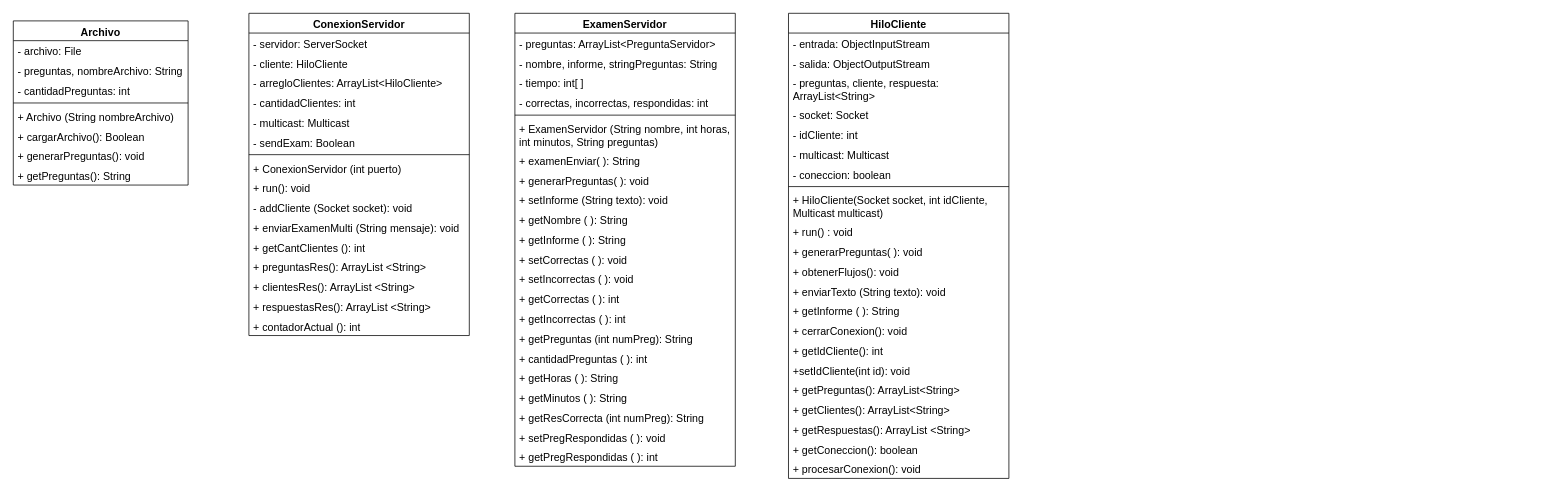
Before: Dragrama de Clases.drawio in AngieJoya99/Miniproyecto3Eventos, a draw.io diagram. Source tidied: cells renumbered, new cells numbered last; positions are measured from the earlier drawing's top-left corner, leaving out a move shared by most shapes. Both pictures are drawn from the tidied source at 76%, with x=0, y=0 at pixel (13, 13).
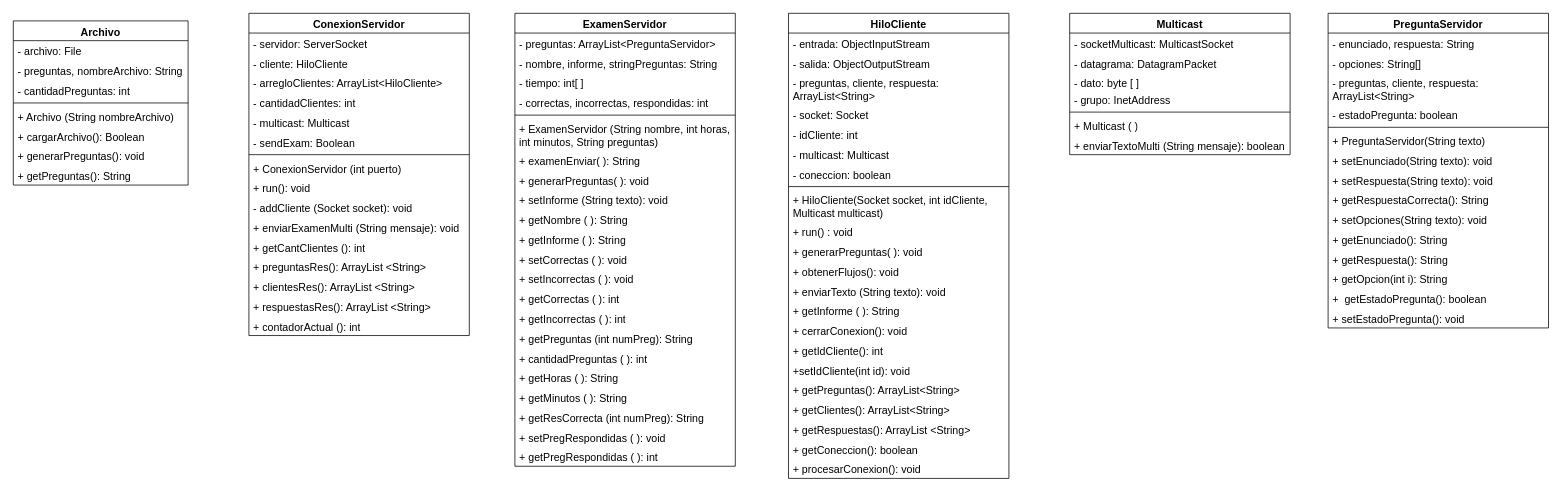
The same page after the edit.

Change to the diagram source:
```diff
@@
+    <mxCell id="74" value="Multicast" style="swimlane;fontStyle=1;align=center;verticalAlign=top;horizontal=1;startSize=26;whiteSpace=wrap;html=1;fontSize=14;" parent="1" vertex="1">
+      <mxGeometry x="1390" width="290" height="186" as="geometry" />
+    </mxCell>
+    <mxCell id="75" value="- socketMulticast: MulticastSocket" style="text;strokeColor=none;fillColor=none;align=left;verticalAlign=top;spacingLeft=4;spacingRight=4;overflow=hidden;whiteSpace=wrap;html=1;fontSize=14;" parent="74" vertex="1">
+      <mxGeometry y="26" width="290" height="26" as="geometry" />
+    </mxCell>
+    <mxCell id="76" value="- datagrama: DatagramPacket" style="text;strokeColor=none;fillColor=none;align=left;verticalAlign=top;spacingLeft=4;spacingRight=4;overflow=hidden;whiteSpace=wrap;html=1;fontSize=14;" parent="74" vertex="1">
+      <mxGeometry y="52" width="290" height="26" as="geometry" />
+    </mxCell>
+    <mxCell id="77" value="- dato: byte [ ]" style="text;strokeColor=none;fillColor=none;align=left;verticalAlign=top;spacingLeft=4;spacingRight=4;overflow=hidden;whiteSpace=wrap;html=1;fontSize=14;" parent="74" vertex="1">
+      <mxGeometry y="78" width="290" height="22" as="geometry" />
+    </mxCell>
+    <mxCell id="78" value="- grupo: InetAddress" style="text;strokeColor=none;fillColor=none;align=left;verticalAlign=top;spacingLeft=4;spacingRight=4;overflow=hidden;whiteSpace=wrap;html=1;fontSize=14;" parent="74" vertex="1">
+      <mxGeometry y="100" width="290" height="26" as="geometry" />
+    </mxCell>
+    <mxCell id="79" style="line;strokeWidth=1;fillColor=none;align=left;verticalAlign=middle;spacingTop=-1;spacingLeft=3;spacingRight=3;labelPosition=right;strokeColor=inherit;fontSize=14;" parent="74" vertex="1">
+      <mxGeometry y="126" width="290" height="8" as="geometry" />
+    </mxCell>
+    <mxCell id="80" value="+ Multicast ( )" style="text;strokeColor=none;fillColor=none;align=left;verticalAlign=top;spacingLeft=4;spacingRight=4;overflow=hidden;whiteSpace=wrap;html=1;fontSize=14;" parent="74" vertex="1">
+      <mxGeometry y="134" width="290" height="26" as="geometry" />
+    </mxCell>
+    <mxCell id="81" value="+ enviarTextoMulti (String mensaje): boolean" style="text;strokeColor=none;fillColor=none;align=left;verticalAlign=top;spacingLeft=4;spacingRight=4;overflow=hidden;whiteSpace=wrap;html=1;fontSize=14;" parent="74" vertex="1">
+      <mxGeometry y="160" width="290" height="26" as="geometry" />
+    </mxCell>
+    <mxCell id="82" value="PreguntaServidor" style="swimlane;fontStyle=1;align=center;verticalAlign=top;horizontal=1;startSize=26;whiteSpace=wrap;html=1;fontSize=14;" parent="1" vertex="1">
+      <mxGeometry x="1730" width="290" height="414" as="geometry" />
+    </mxCell>
+    <mxCell id="83" value="- enunciado, respuesta: String" style="text;strokeColor=none;fillColor=none;align=left;verticalAlign=top;spacingLeft=4;spacingRight=4;overflow=hidden;whiteSpace=wrap;html=1;fontSize=14;" parent="82" vertex="1">
+      <mxGeometry y="26" width="290" height="26" as="geometry" />
+    </mxCell>
+    <mxCell id="84" value="- opciones: String[]" style="text;strokeColor=none;fillColor=none;align=left;verticalAlign=top;spacingLeft=4;spacingRight=4;overflow=hidden;whiteSpace=wrap;html=1;fontSize=14;" parent="82" vertex="1">
+      <mxGeometry y="52" width="290" height="26" as="geometry" />
+    </mxCell>
+    <mxCell id="85" value="- preguntas, cliente, respuesta: ArrayList&amp;lt;String&amp;gt;" style="text;strokeColor=none;fillColor=none;align=left;verticalAlign=top;spacingLeft=4;spacingRight=4;overflow=hidden;whiteSpace=wrap;html=1;fontSize=14;" parent="82" vertex="1">
+      <mxGeometry y="78" width="290" height="42" as="geometry" />
+    </mxCell>
+    <mxCell id="86" value="- estadoPregunta: boolean" style="text;strokeColor=none;fillColor=none;align=left;verticalAlign=top;spacingLeft=4;spacingRight=4;overflow=hidden;whiteSpace=wrap;html=1;fontSize=14;" parent="82" vertex="1">
+      <mxGeometry y="120" width="290" height="26" as="geometry" />
+    </mxCell>
+    <mxCell id="87" style="line;strokeWidth=1;fillColor=none;align=left;verticalAlign=middle;spacingTop=-1;spacingLeft=3;spacingRight=3;labelPosition=right;strokeColor=inherit;fontSize=14;" parent="82" vertex="1">
+      <mxGeometry y="146" width="290" height="8" as="geometry" />
+    </mxCell>
+    <mxCell id="88" value="+ PreguntaServidor(String texto)" style="text;strokeColor=none;fillColor=none;align=left;verticalAlign=top;spacingLeft=4;spacingRight=4;overflow=hidden;whiteSpace=wrap;html=1;fontSize=14;" parent="82" vertex="1">
+      <mxGeometry y="154" width="290" height="26" as="geometry" />
+    </mxCell>
+    <mxCell id="89" value="+ setEnunciado(String texto): void" style="text;strokeColor=none;fillColor=none;align=left;verticalAlign=top;spacingLeft=4;spacingRight=4;overflow=hidden;whiteSpace=wrap;html=1;fontSize=14;" parent="82" vertex="1">
+      <mxGeometry y="180" width="290" height="26" as="geometry" />
+    </mxCell>
+    <mxCell id="90" value="+ setRespuesta(String texto): void" style="text;strokeColor=none;fillColor=none;align=left;verticalAlign=top;spacingLeft=4;spacingRight=4;overflow=hidden;whiteSpace=wrap;html=1;fontSize=14;" parent="82" vertex="1">
+      <mxGeometry y="206" width="290" height="26" as="geometry" />
+    </mxCell>
+    <mxCell id="91" value="+ getRespuestaCorrecta(): String" style="text;strokeColor=none;fillColor=none;align=left;verticalAlign=top;spacingLeft=4;spacingRight=4;overflow=hidden;whiteSpace=wrap;html=1;fontSize=14;" parent="82" vertex="1">
+      <mxGeometry y="232" width="290" height="26" as="geometry" />
+    </mxCell>
+    <mxCell id="92" value="+ setOpciones(String texto): void" style="text;strokeColor=none;fillColor=none;align=left;verticalAlign=top;spacingLeft=4;spacingRight=4;overflow=hidden;whiteSpace=wrap;html=1;fontSize=14;" parent="82" vertex="1">
+      <mxGeometry y="258" width="290" height="26" as="geometry" />
+    </mxCell>
+    <mxCell id="93" value="+ getEnunciado(): String" style="text;strokeColor=none;fillColor=none;align=left;verticalAlign=top;spacingLeft=4;spacingRight=4;overflow=hidden;whiteSpace=wrap;html=1;fontSize=14;" parent="82" vertex="1">
+      <mxGeometry y="284" width="290" height="26" as="geometry" />
+    </mxCell>
+    <mxCell id="94" value="+ getRespuesta(): String" style="text;strokeColor=none;fillColor=none;align=left;verticalAlign=top;spacingLeft=4;spacingRight=4;overflow=hidden;whiteSpace=wrap;html=1;fontSize=14;" parent="82" vertex="1">
+      <mxGeometry y="310" width="290" height="26" as="geometry" />
+    </mxCell>
+    <mxCell id="95" value="+ getOpcion(int i): String" style="text;strokeColor=none;fillColor=none;align=left;verticalAlign=top;spacingLeft=4;spacingRight=4;overflow=hidden;whiteSpace=wrap;html=1;fontSize=14;" parent="82" vertex="1">
+      <mxGeometry y="336" width="290" height="26" as="geometry" />
+    </mxCell>
+    <mxCell id="96" value="+&amp;nbsp; getEstadoPregunta(): boolean" style="text;strokeColor=none;fillColor=none;align=left;verticalAlign=top;spacingLeft=4;spacingRight=4;overflow=hidden;whiteSpace=wrap;html=1;fontSize=14;" parent="82" vertex="1">
+      <mxGeometry y="362" width="290" height="26" as="geometry" />
+    </mxCell>
+    <mxCell id="97" value="+ setEstadoPregunta(): void" style="text;strokeColor=none;fillColor=none;align=left;verticalAlign=top;spacingLeft=4;spacingRight=4;overflow=hidden;whiteSpace=wrap;html=1;fontSize=14;" parent="82" vertex="1">
+      <mxGeometry y="388" width="290" height="26" as="geometry" />
+    </mxCell>
```
